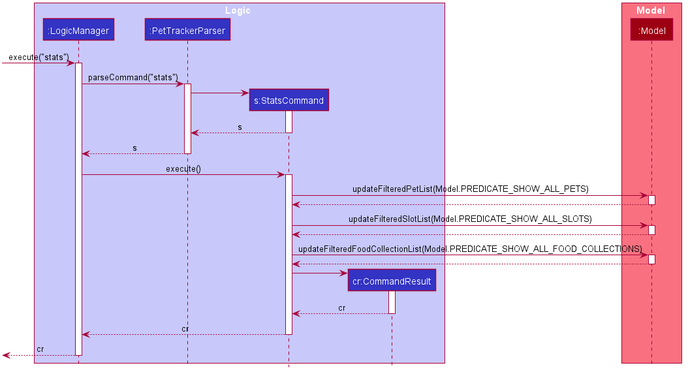
Above: images/dev-guide/StatsSequenceDiagram.png in AY1920S2-CS2103-W15-4/main (PlantUML), before the change. Its diagram source:
```plantuml
@startuml








skinparam BackgroundColor #FFFFFFF

skinparam Shadowing false

skinparam Class {
    FontColor #FFFFFF
    BorderThickness 1
    BorderColor #FFFFFF
    StereotypeFontColor #FFFFFF
    FontName Arial
}

skinparam Actor {
    BorderColor #000000
    Color #000000
    FontName Arial
}

skinparam Sequence {
    MessageAlign center
    BoxFontSize 15
    BoxPadding 0
    BoxFontColor #FFFFFF
    FontName Arial
}

skinparam Participant {
    FontColor #FFFFFFF
    Padding 20
}

skinparam MinClassWidth 50
skinparam ParticipantPadding 10
skinparam Shadowing false
skinparam DefaultTextAlignment center
skinparam packageStyle Rectangle

hide footbox
hide members
hide circle

box Logic #C8C8FA
participant ":LogicManager" as LogicManager #3333C4
participant ":PetTrackerParser" as PetTrackerParser #3333C4
participant "s:StatsCommand" as StatsCommand #3333C4
participant "cr:CommandResult" as CommandResult #3333C4
end box

box Model #F97181
participant ":Model" as Model #9D0012
end box

[-> LogicManager : execute("stats")
activate LogicManager

LogicManager -> PetTrackerParser : parseCommand("stats")
activate PetTrackerParser

create StatsCommand
PetTrackerParser -> StatsCommand
activate StatsCommand

StatsCommand --> PetTrackerParser : s
deactivate StatsCommand

PetTrackerParser --> LogicManager : s
deactivate PetTrackerParser

LogicManager -> StatsCommand : execute()
activate StatsCommand

StatsCommand -> Model : updateFilteredPetList(Model.PREDICATE_SHOW_ALL_PETS)
activate Model

Model --> StatsCommand
deactivate Model

StatsCommand -> Model : updateFilteredSlotList(Model.PREDICATE_SHOW_ALL_SLOTS)
activate Model

Model --> StatsCommand
deactivate Model

StatsCommand -> Model : updateFilteredFoodCollectionList(Model.PREDICATE_SHOW_ALL_FOOD_COLLECTIONS)
activate Model

Model --> StatsCommand
deactivate Model

create CommandResult
StatsCommand -> CommandResult
activate CommandResult

CommandResult --> StatsCommand : cr
deactivate CommandResult

StatsCommand --> LogicManager : cr
deactivate StatsCommand

[<--LogicManager : cr
deactivate LogicManager

@enduml
```
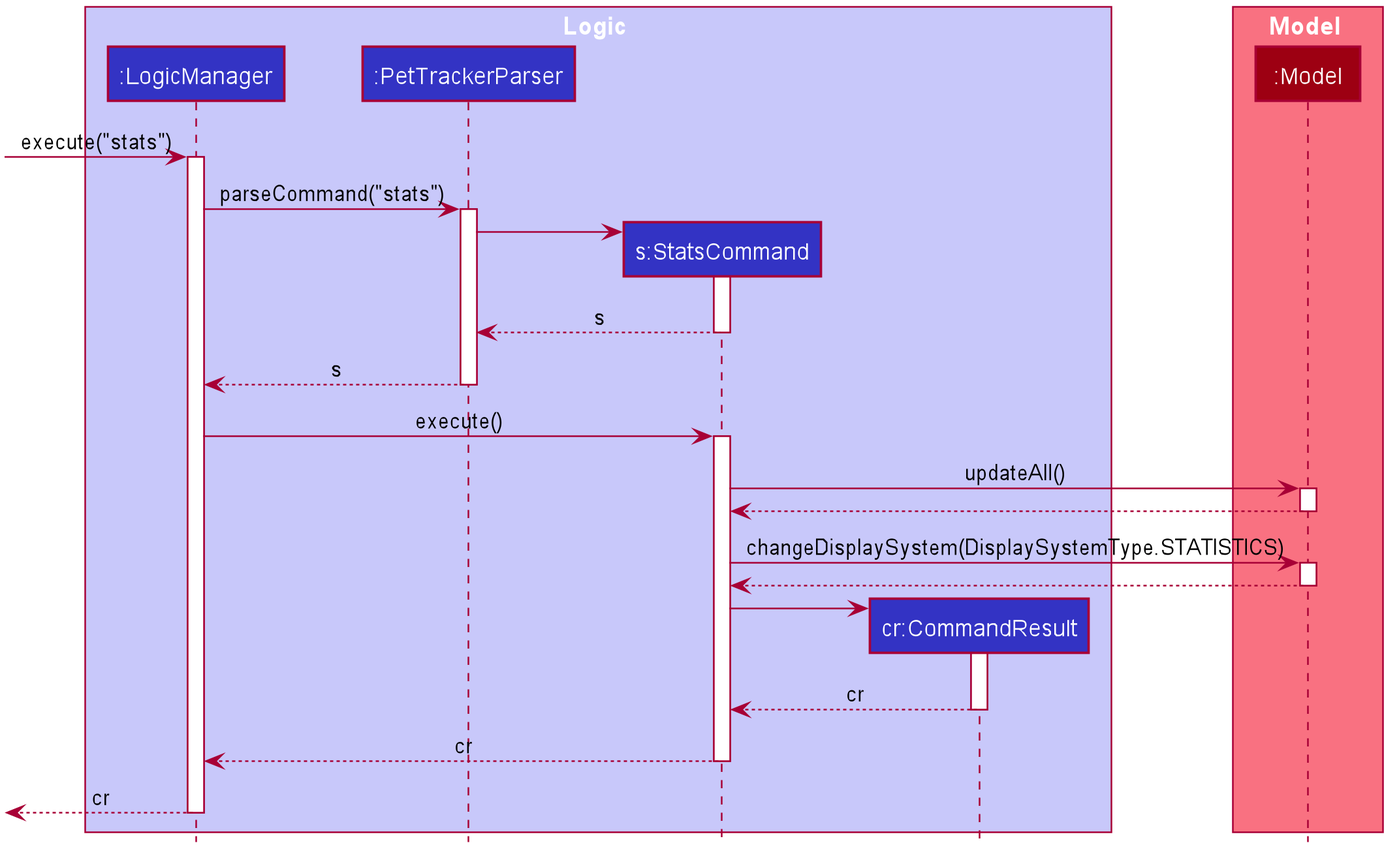
The same file after the commit.

Diff of the diagram source:
```diff
@@ -78,19 +78,13 @@
 LogicManager -> StatsCommand : execute()
 activate StatsCommand
 
-StatsCommand -> Model : updateFilteredPetList(Model.PREDICATE_SHOW_ALL_PETS)
+StatsCommand -> Model : updateAll()
 activate Model
 
 Model --> StatsCommand
 deactivate Model
 
-StatsCommand -> Model : updateFilteredSlotList(Model.PREDICATE_SHOW_ALL_SLOTS)
-activate Model
-
-Model --> StatsCommand
-deactivate Model
-
-StatsCommand -> Model : updateFilteredFoodCollectionList(Model.PREDICATE_SHOW_ALL_FOOD_COLLECTIONS)
+StatsCommand -> Model : changeDisplaySystem(DisplaySystemType.STATISTICS)
 activate Model
 
 Model --> StatsCommand
```
